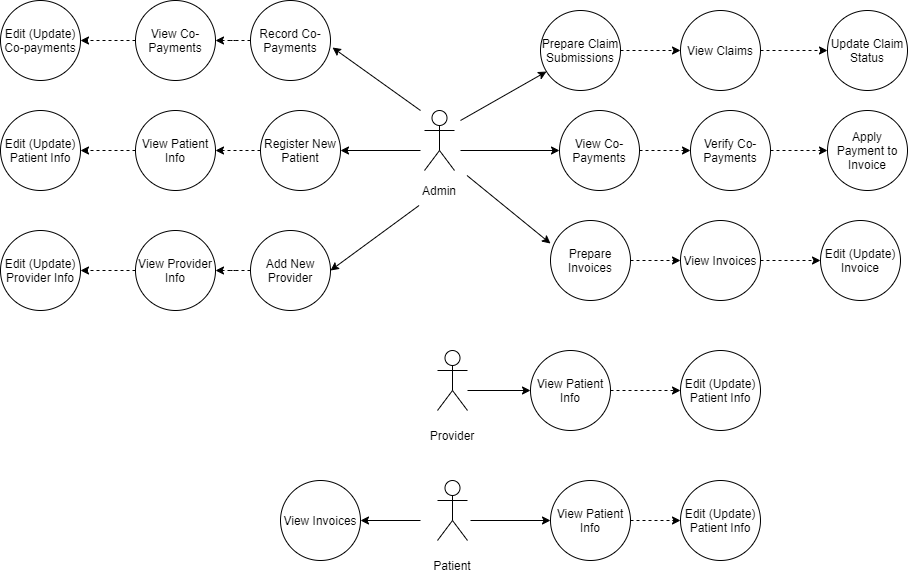
This is FinalProject Use Cases.png from kayshale/FinalProject, a draw.io export, as it was before one commit. Source tidied: cells renumbered, new cells last; positions are measured from the earlier drawing's top-left corner, leaving out a move shared by most shapes.
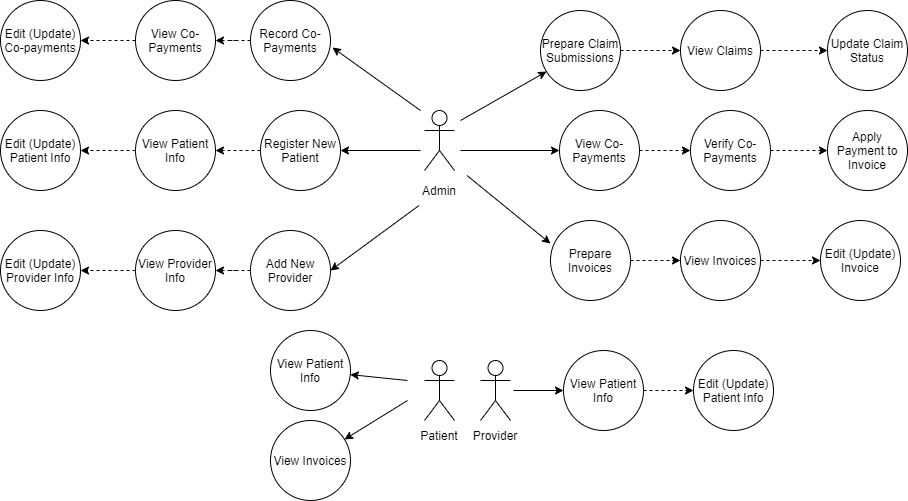
The same file after the commit.

The edit, as a diff of the source:
```diff
@@ -3,13 +3,13 @@
     <mxCell id="0" />
     <mxCell id="1" parent="0" />
     <mxCell id="2" value="Actor" style="shape=umlActor;verticalLabelPosition=bottom;labelBackgroundColor=#ffffff;verticalAlign=top;html=1;fontColor=#FFFFFF;" parent="1" vertex="1">
-      <mxGeometry x="437" y="480" width="30" height="60" as="geometry" />
+      <mxGeometry x="424" y="360" width="30" height="60" as="geometry" />
     </mxCell>
     <mxCell id="3" value="Patient" style="text;html=1;strokeColor=none;fillColor=none;align=center;verticalAlign=middle;whiteSpace=wrap;rounded=0;fontColor=#000000;" parent="1" vertex="1">
-      <mxGeometry x="397" y="550" width="110" height="30" as="geometry" />
+      <mxGeometry x="384" y="420" width="110" height="30" as="geometry" />
     </mxCell>
     <mxCell id="4" value="Actor" style="shape=umlActor;verticalLabelPosition=bottom;labelBackgroundColor=#ffffff;verticalAlign=top;html=1;fontColor=#FFFFFF;" parent="1" vertex="1">
-      <mxGeometry x="437" y="350" width="30" height="60" as="geometry" />
+      <mxGeometry x="480" y="360" width="30" height="60" as="geometry" />
     </mxCell>
     <mxCell id="5" value="Actor" style="shape=umlActor;verticalLabelPosition=bottom;labelBackgroundColor=#ffffff;verticalAlign=top;html=1;fontColor=#FFFFFF;" parent="1" vertex="1">
       <mxGeometry x="424" y="110" width="30" height="60" as="geometry" />
@@ -106,25 +106,19 @@
       <mxGeometry width="80" height="80" as="geometry" />
     </mxCell>
     <mxCell id="35" value="View Patient Info" style="ellipse;whiteSpace=wrap;html=1;fontColor=#000000;" parent="1" vertex="1">
-      <mxGeometry x="550" y="480" width="80" height="80" as="geometry" />
+      <mxGeometry x="270" y="330" width="80" height="80" as="geometry" />
     </mxCell>
-    <mxCell id="36" value="Edit (Update) Patient Info" style="ellipse;whiteSpace=wrap;html=1;fontColor=#000000;" parent="1" vertex="1">
-      <mxGeometry x="680" y="480" width="80" height="80" as="geometry" />
-    </mxCell>
-    <mxCell id="37" style="endArrow=classic;html=1;fontColor=#000000;dashed=1;exitX=1;exitY=0.5;exitDx=0;exitDy=0;entryX=0;entryY=0.5;entryDx=0;entryDy=0;" parent="1" edge="1" source="35" target="36">
-      <mxGeometry relative="1" as="geometry" />
-    </mxCell>
     <mxCell id="38" style="endArrow=classic;html=1;fontColor=#000000;" parent="1" edge="1" target="39">
       <mxGeometry relative="1" as="geometry">
-        <mxPoint x="420" y="520" as="sourcePoint" />
+        <mxPoint x="407" y="400" as="sourcePoint" />
       </mxGeometry>
     </mxCell>
     <mxCell id="39" value="View Invoices" style="ellipse;whiteSpace=wrap;html=1;fontColor=#000000;" parent="1" vertex="1">
-      <mxGeometry x="280" y="480" width="80" height="80" as="geometry" />
+      <mxGeometry x="270" y="420" width="80" height="80" as="geometry" />
     </mxCell>
     <mxCell id="40" style="endArrow=classic;html=1;fontColor=#000000;" parent="1" edge="1" target="35">
       <mxGeometry relative="1" as="geometry">
-        <mxPoint x="470" y="520" as="sourcePoint" />
+        <mxPoint x="407" y="380" as="sourcePoint" />
       </mxGeometry>
     </mxCell>
     <mxCell id="41" style="edgeStyle=orthogonalEdgeStyle;rounded=0;jettySize=auto;html=1;dashed=1;" parent="1" edge="1" source="42" target="43">
@@ -143,17 +137,17 @@
       <mxGeometry x="250" y="230" width="80" height="80" as="geometry" />
     </mxCell>
     <mxCell id="46" value="View Patient Info" style="ellipse;whiteSpace=wrap;html=1;fontColor=#000000;" parent="1" vertex="1">
-      <mxGeometry x="530" y="350" width="80" height="80" as="geometry" />
+      <mxGeometry x="563" y="350" width="80" height="80" as="geometry" />
     </mxCell>
     <mxCell id="47" value="Edit (Update) Patient Info" style="ellipse;whiteSpace=wrap;html=1;fontColor=#000000;" parent="1" vertex="1">
-      <mxGeometry x="680" y="350" width="80" height="80" as="geometry" />
+      <mxGeometry x="693" y="350" width="80" height="80" as="geometry" />
     </mxCell>
     <mxCell id="48" style="endArrow=classic;html=1;fontColor=#000000;dashed=1;exitX=1;exitY=0.5;exitDx=0;exitDy=0;entryX=0;entryY=0.5;entryDx=0;entryDy=0;" parent="1" edge="1" source="46" target="47">
       <mxGeometry relative="1" as="geometry" />
     </mxCell>
     <mxCell id="49" style="endArrow=classic;html=1;fontColor=#000000;entryX=0;entryY=0.5;entryDx=0;entryDy=0;" parent="1" edge="1" target="46">
       <mxGeometry relative="1" as="geometry">
-        <mxPoint x="467" y="390" as="sourcePoint" />
+        <mxPoint x="513" y="390" as="sourcePoint" />
       </mxGeometry>
     </mxCell>
     <mxCell id="50" style="endArrow=classic;html=1;fontColor=#000000;entryX=1;entryY=0.5;entryDx=0;entryDy=0;" parent="1" edge="1" target="29">
@@ -170,7 +164,10 @@
       </mxGeometry>
     </mxCell>
     <mxCell id="53" value="Provider" style="text;html=1;strokeColor=none;fillColor=none;align=center;verticalAlign=middle;whiteSpace=wrap;rounded=0;fontColor=#000000;" parent="1" vertex="1">
-      <mxGeometry x="397" y="420" width="110" height="30" as="geometry" />
+      <mxGeometry x="440" y="420" width="110" height="30" as="geometry" />
     </mxCell>
+    <mxCell id="54" style="edgeStyle=orthogonalEdgeStyle;rounded=0;orthogonalLoop=1;jettySize=auto;html=1;exitX=0.5;exitY=1;exitDx=0;exitDy=0;" parent="1" edge="1" source="3" target="3">
+      <mxGeometry relative="1" as="geometry" />
+    </mxCell>
   </root>
 </mxGraphModel>
```
